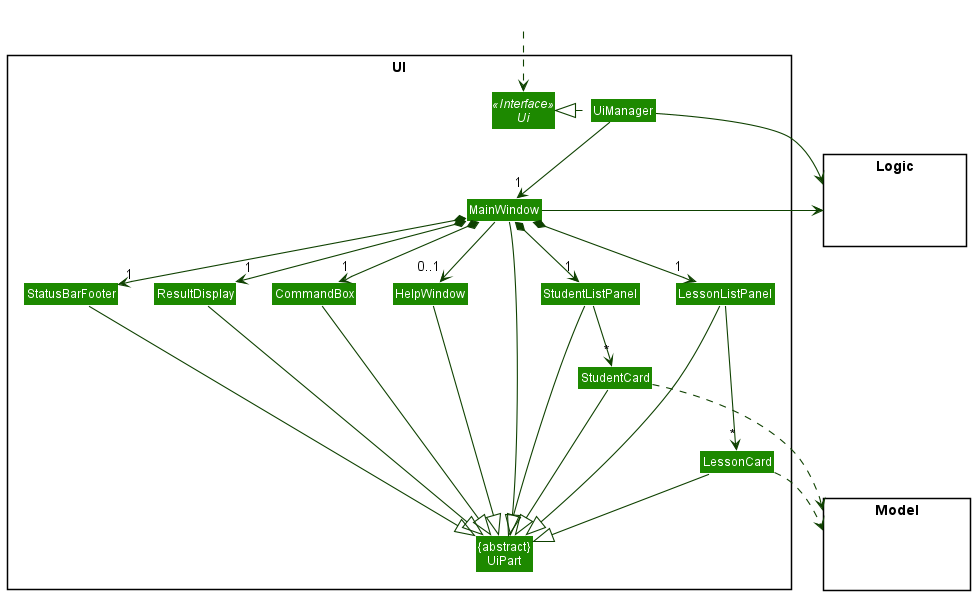
Earlier version of the PlantUML export docs/images/DeveloperGuideImage/UiClassDiagram.png (nus-cs2103-AY2122S1/tp).
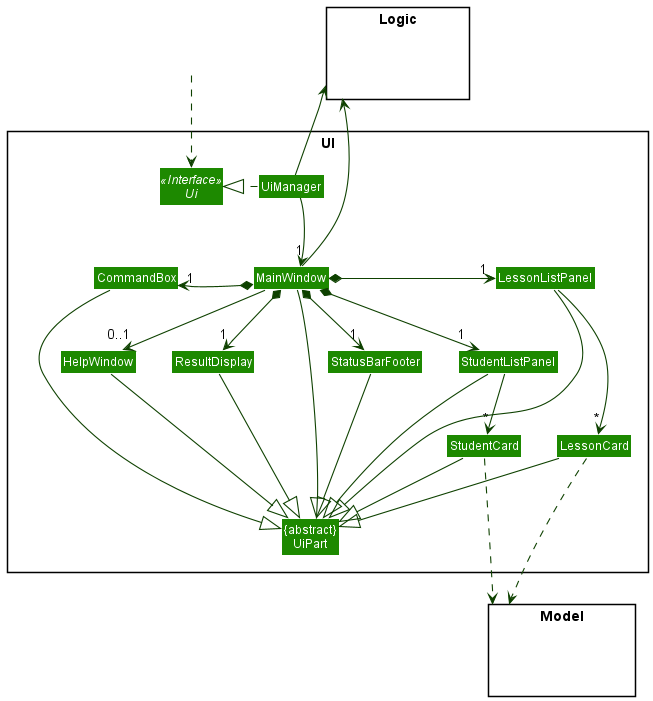
After the commit.

What changed in the source:
```diff
@@ -30,7 +30,8 @@
 Class HiddenOutside #FFFFFF
 HiddenOutside ..> Ui
 
-UiManager .left.|> Ui
+UiManager .right.|> Ui
+UiManager -[hidden]down-> MainWindow
 UiManager -down-> "1" MainWindow
 MainWindow *-down->  "1" CommandBox
 MainWindow *-down-> "1" ResultDisplay
@@ -54,14 +55,14 @@
 HelpWindow --|> UiPart
 
 StudentCard -down..> Model
-LessonCard -right..> Model
-UiManager -right-> Logic
+LessonCard -down..> Model
+UiManager -up-> Logic
 MainWindow -left-> Logic
 
-LessonListPanel -[hidden]left- StudentListPanel
+LessonListPanel -[hidden]down- StudentListPanel
 StudentListPanel -[hidden]left- HelpWindow
 HelpWindow -[hidden]left- CommandBox
-CommandBox -[hidden]left- ResultDisplay
+CommandBox -[hidden]left- MainWindow
 ResultDisplay -[hidden]left- StatusBarFooter
 
 MainWindow -[hidden]-|> UiPart
```
